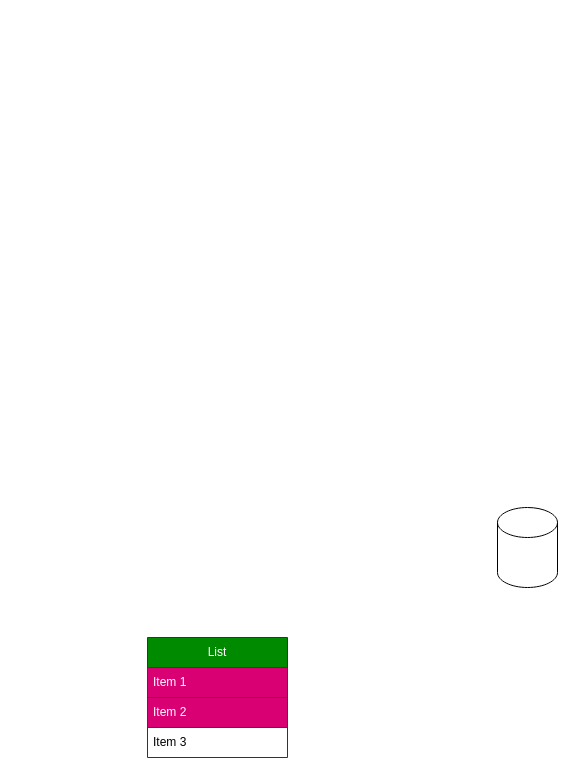
Above: a.drawio in brillian32/chatgpt_qt_qml (draw.io), before the change. Source tidied: cells renumbered, new cells numbered last; positions are measured from the earlier drawing's top-left corner, leaving out a move shared by most shapes. Both pictures are drawn from the tidied source at 100%, with x=0, y=0 at pixel (147, 507).
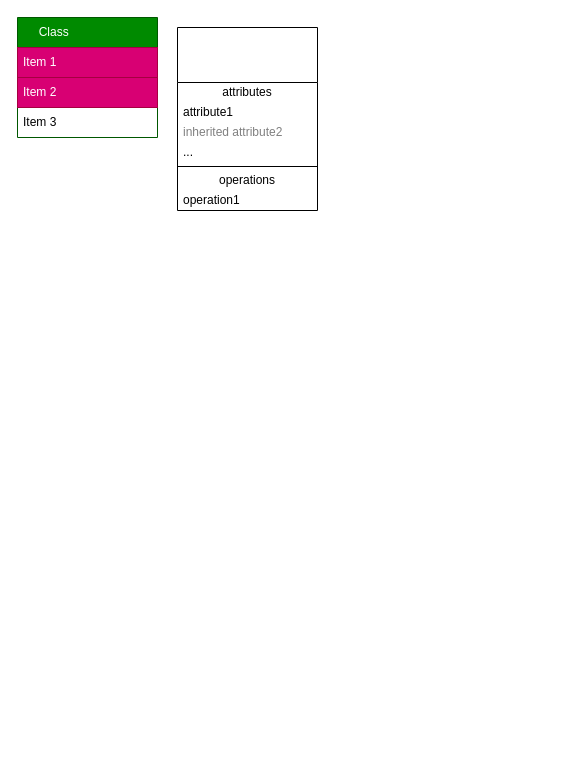
After the change.

The edit, as a diff of the source:
```diff
@@
 <mxGraphModel>
   <root>
     <mxCell id="0" />
     <mxCell id="1" parent="0" />
-    <mxCell id="2" value="List" style="swimlane;fontStyle=0;horizontal=1;startSize=30;whiteSpace=wrap;html=1;fillColor=#008a00;fontColor=#ffffff;strokeColor=#005700;" parent="1" vertex="1">
-      <mxGeometry y="130" width="140" height="120" as="geometry" />
-    </mxCell>
+    <mxCell id="7" style="swimlane;fontStyle=0;align=center;verticalAlign=top;horizontal=1;startSize=55;html=1;" parent="1" vertex="1">
+      <mxGeometry x="30" y="-480" width="140" height="183" as="geometry" />
+    </mxCell>
+    <mxCell id="8" value="attributes" style="text;html=1;strokeColor=none;fillColor=none;align=center;verticalAlign=middle;spacingLeft=4;spacingRight=4;overflow=hidden;" parent="7" vertex="1">
+      <mxGeometry y="55" width="140" height="20" as="geometry" />
+    </mxCell>
+    <mxCell id="9" value="attribute1" style="text;html=1;strokeColor=none;fillColor=none;align=left;verticalAlign=middle;spacingLeft=4;spacingRight=4;overflow=hidden;" parent="7" vertex="1">
+      <mxGeometry y="75" width="140" height="20" as="geometry" />
+    </mxCell>
+    <mxCell id="10" value="inherited attribute2" style="text;html=1;strokeColor=none;fillColor=none;align=left;verticalAlign=middle;spacingLeft=4;spacingRight=4;overflow=hidden;fontColor=#808080;" parent="7" vertex="1">
+      <mxGeometry y="95" width="140" height="20" as="geometry" />
+    </mxCell>
+    <mxCell id="11" value="..." style="text;html=1;strokeColor=none;fillColor=none;align=left;verticalAlign=middle;spacingLeft=4;spacingRight=4;overflow=hidden;" parent="7" vertex="1">
+      <mxGeometry y="115" width="140" height="20" as="geometry" />
+    </mxCell>
+    <mxCell id="12" style="line;strokeWidth=1;fillColor=none;align=left;verticalAlign=middle;spacingTop=-1;spacingLeft=3;spacingRight=3;labelPosition=right;" parent="7" vertex="1">
+      <mxGeometry y="135" width="140" height="8" as="geometry" />
+    </mxCell>
+    <mxCell id="13" value="operations" style="text;html=1;strokeColor=none;fillColor=none;align=center;verticalAlign=middle;spacingLeft=4;spacingRight=4;overflow=hidden;" parent="7" vertex="1">
+      <mxGeometry y="143" width="140" height="20" as="geometry" />
+    </mxCell>
+    <mxCell id="14" value="operation1" style="text;html=1;strokeColor=none;fillColor=none;align=left;verticalAlign=middle;spacingLeft=4;spacingRight=4;overflow=hidden;" parent="7" vertex="1">
+      <mxGeometry y="163" width="140" height="20" as="geometry" />
+    </mxCell>
+    <mxCell id="15" style="endArrow=classic;html=1;" parent="1" edge="1" target="16">
+      <mxGeometry relative="1" as="geometry">
+        <mxPoint x="-60" y="-370" as="sourcePoint" />
+      </mxGeometry>
+    </mxCell>
+    <mxCell id="16" value="Class&amp;nbsp; &amp;nbsp; &amp;nbsp; &amp;nbsp; &amp;nbsp; &amp;nbsp; &amp;nbsp; &amp;nbsp; &amp;nbsp; &amp;nbsp;&amp;nbsp;" style="swimlane;fontStyle=0;horizontal=1;startSize=30;whiteSpace=wrap;html=1;fillColor=#008a00;fontColor=#ffffff;strokeColor=#005700;" parent="1" vertex="1">
+      <mxGeometry x="-130" y="-490" width="140" height="120" as="geometry" />
+    </mxCell>
-    <mxCell id="3" value="Item 1" style="text;strokeColor=#A50040;fillColor=#d80073;align=left;verticalAlign=middle;spacingLeft=4;spacingRight=4;overflow=hidden;whiteSpace=wrap;html=1;fontColor=#ffffff;" parent="2" vertex="1">
+    <mxCell id="3" value="Item 1" style="text;strokeColor=#A50040;fillColor=#d80073;align=left;verticalAlign=middle;spacingLeft=4;spacingRight=4;overflow=hidden;whiteSpace=wrap;html=1;fontColor=#ffffff;" parent="16" vertex="1">
       <mxGeometry y="30" width="140" height="30" as="geometry" />
     </mxCell>
-    <mxCell id="4" value="Item 2" style="text;strokeColor=#A50040;fillColor=#d80073;align=left;verticalAlign=middle;spacingLeft=4;spacingRight=4;overflow=hidden;whiteSpace=wrap;html=1;fontColor=#ffffff;" parent="2" vertex="1">
+    <mxCell id="4" value="Item 2" style="text;strokeColor=#A50040;fillColor=#d80073;align=left;verticalAlign=middle;spacingLeft=4;spacingRight=4;overflow=hidden;whiteSpace=wrap;html=1;fontColor=#ffffff;" parent="16" vertex="1">
       <mxGeometry y="60" width="140" height="30" as="geometry" />
     </mxCell>
-    <mxCell id="5" value="Item 3" style="text;strokeColor=none;fillColor=none;align=left;verticalAlign=middle;spacingLeft=4;spacingRight=4;overflow=hidden;whiteSpace=wrap;html=1;" parent="2" vertex="1">
+    <mxCell id="5" value="Item 3" style="text;strokeColor=none;fillColor=none;align=left;verticalAlign=middle;spacingLeft=4;spacingRight=4;overflow=hidden;whiteSpace=wrap;html=1;" parent="16" vertex="1">
       <mxGeometry y="90" width="140" height="30" as="geometry" />
     </mxCell>
-    <mxCell id="6" style="shape=cylinder3;whiteSpace=wrap;html=1;boundedLbl=1;backgroundOutline=1;size=15;" parent="1" vertex="1">
-      <mxGeometry x="350" width="60" height="80" as="geometry" />
-    </mxCell>
+    <mxCell id="17" style="endArrow=classic;html=1;" parent="1" edge="1">
+      <mxGeometry relative="1" as="geometry">
+        <mxPoint x="340" y="-470" as="sourcePoint" />
+        <mxPoint x="340" y="-470" as="targetPoint" />
+      </mxGeometry>
+    </mxCell>
   </root>
 </mxGraphModel>
```
